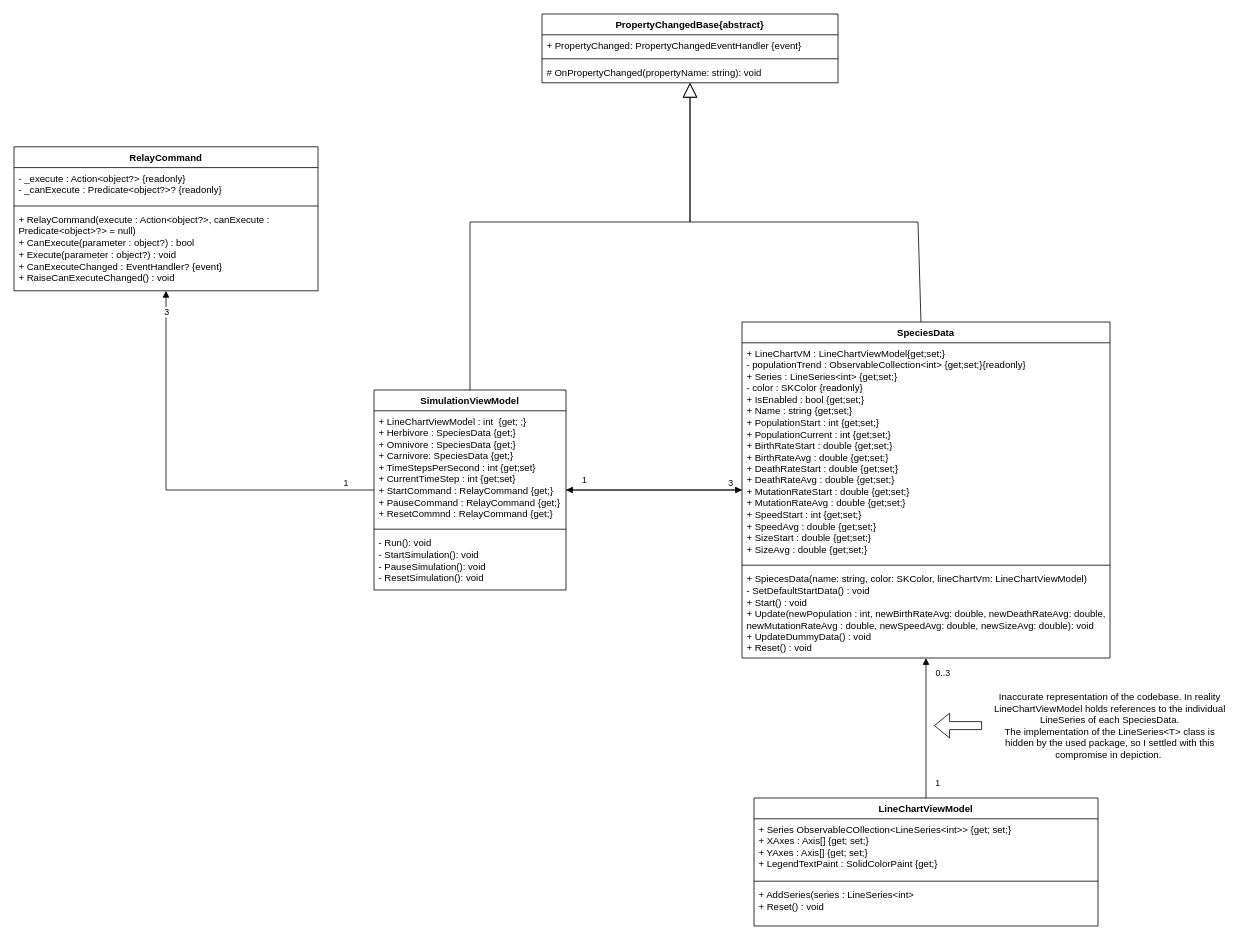
Earlier version of the draw.io diagram docs/diagrams/Natural Selection Sim Class Diagram MVP.drawio (Arv1u/natural-selection-sim). Source tidied: cells renumbered, new cells numbered last; positions are measured from the earlier drawing's top-left corner, leaving out a move shared by most shapes. Both pictures are drawn from the tidied source at 80%, with x=0, y=0 at pixel (14, 14).
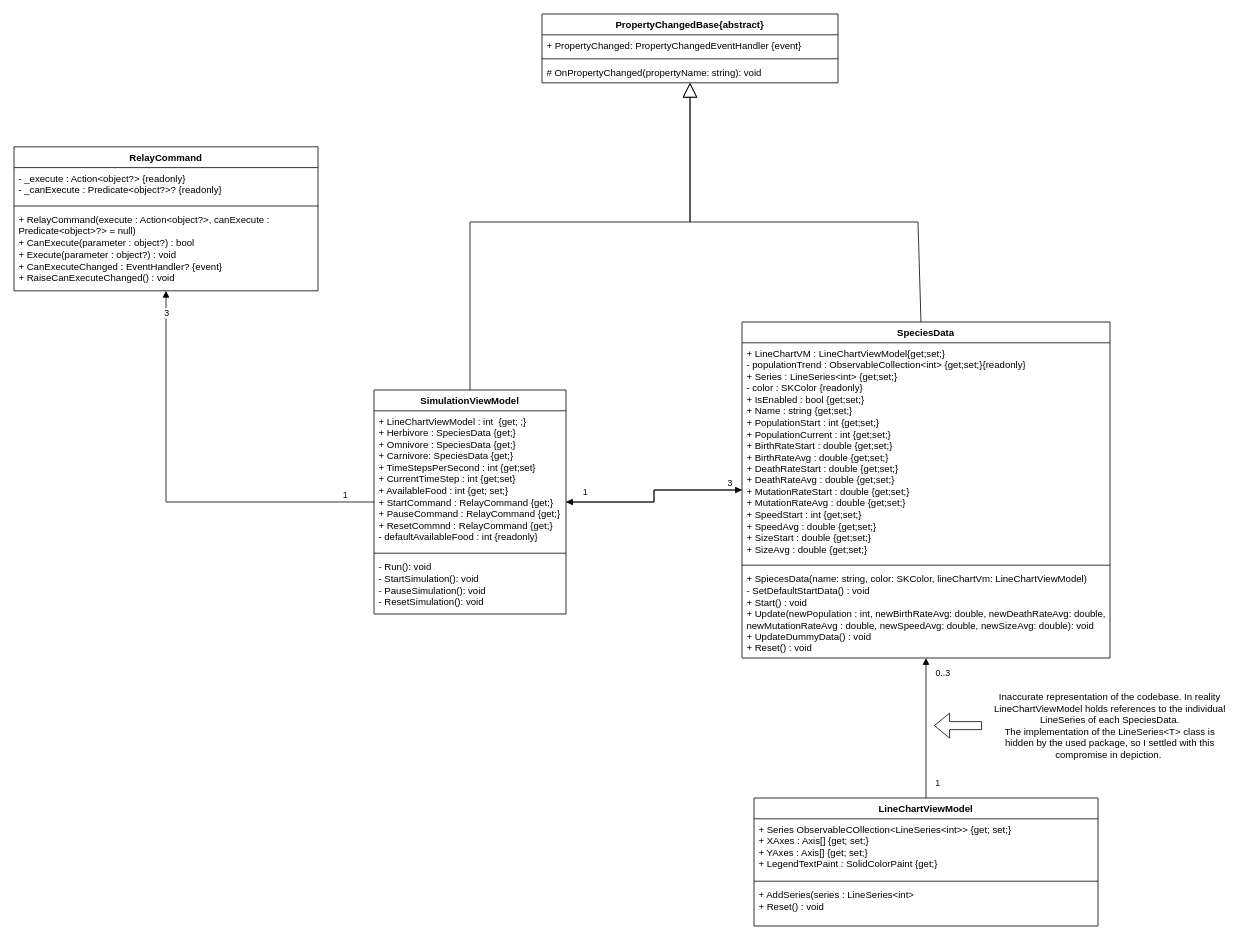
Above is the later version.

Commit message (it also covers changes not shown here):
Added default value for available food

Diff of the diagram source:
```diff
@@
     <mxCell id="2" value="SimulationViewModel" style="swimlane;fontStyle=1;align=center;verticalAlign=top;horizontal=1;startSize=26;whiteSpace=wrap;html=1;" parent="1" vertex="1">
-      <mxGeometry x="450" y="470" width="240" height="250" as="geometry" />
+      <mxGeometry x="450" y="470" width="240" height="280" as="geometry" />
     </mxCell>
-    <mxCell id="3" value="+ LineChartViewModel : int&amp;nbsp; {get; ;}&lt;div&gt;+ Herbivore : SpeciesData {get;}&lt;/div&gt;&lt;div&gt;+ Omnivore : SpeciesData {get;}&lt;/div&gt;&lt;div&gt;+ Carnivore: SpeciesData {get;}&lt;/div&gt;&lt;div&gt;&lt;span style=&quot;background-color: transparent; color: light-dark(rgb(0, 0, 0), rgb(255, 255, 255));&quot;&gt;+ TimeStepsPerSecond : int {get;set}&lt;/span&gt;&lt;/div&gt;&lt;div&gt;&lt;span style=&quot;background-color: transparent; color: light-dark(rgb(0, 0, 0), rgb(255, 255, 255));&quot;&gt;+ CurrentTimeStep : int {get;set}&lt;/span&gt;&lt;/div&gt;&lt;div&gt;&lt;span style=&quot;background-color: transparent; color: light-dark(rgb(0, 0, 0), rgb(255, 255, 255));&quot;&gt;+ StartCommand : RelayCommand {get;}&lt;/span&gt;&lt;/div&gt;&lt;div&gt;&lt;span style=&quot;background-color: transparent; color: light-dark(rgb(0, 0, 0), rgb(255, 255, 255));&quot;&gt;+ PauseCommand : RelayCommand {get;}&lt;/span&gt;&lt;/div&gt;&lt;div&gt;&lt;span style=&quot;background-color: transparent; color: light-dark(rgb(0, 0, 0), rgb(255, 255, 255));&quot;&gt;+ ResetCommnd : RelayCommand {get;}&lt;/span&gt;&lt;/div&gt;" style="text;strokeColor=none;fillColor=none;align=left;verticalAlign=top;spacingLeft=4;spacingRight=4;overflow=hidden;whiteSpace=wrap;html=1;" parent="2" vertex="1">
-      <mxGeometry y="26" width="240" height="144" as="geometry" />
+    <mxCell id="3" value="+ LineChartViewModel : int&amp;nbsp; {get; ;}&lt;div&gt;+ Herbivore : SpeciesData {get;}&lt;/div&gt;&lt;div&gt;+ Omnivore : SpeciesData {get;}&lt;/div&gt;&lt;div&gt;+ Carnivore: SpeciesData {get;}&lt;/div&gt;&lt;div&gt;&lt;span style=&quot;background-color: transparent; color: light-dark(rgb(0, 0, 0), rgb(255, 255, 255));&quot;&gt;+ TimeStepsPerSecond : int {get;set}&lt;/span&gt;&lt;/div&gt;&lt;div&gt;&lt;span style=&quot;background-color: transparent; color: light-dark(rgb(0, 0, 0), rgb(255, 255, 255));&quot;&gt;+ CurrentTimeStep : int {get;set}&lt;/span&gt;&lt;/div&gt;&lt;div&gt;+ AvailableFood : int {get; set;}&lt;span style=&quot;background-color: transparent; color: light-dark(rgb(0, 0, 0), rgb(255, 255, 255));&quot;&gt;&lt;/span&gt;&lt;/div&gt;&lt;div&gt;&lt;span style=&quot;background-color: transparent; color: light-dark(rgb(0, 0, 0), rgb(255, 255, 255));&quot;&gt;+ StartCommand : RelayCommand {get;}&lt;/span&gt;&lt;/div&gt;&lt;div&gt;&lt;span style=&quot;background-color: transparent; color: light-dark(rgb(0, 0, 0), rgb(255, 255, 255));&quot;&gt;+ PauseCommand : RelayCommand {get;}&lt;/span&gt;&lt;/div&gt;&lt;div&gt;&lt;span style=&quot;background-color: transparent; color: light-dark(rgb(0, 0, 0), rgb(255, 255, 255));&quot;&gt;+ ResetCommnd : RelayCommand {get;}&lt;/span&gt;&lt;/div&gt;&lt;div&gt;&lt;span style=&quot;background-color: transparent; color: light-dark(rgb(0, 0, 0), rgb(255, 255, 255));&quot;&gt;- defaultAvailableFood : int {readonly}&lt;/span&gt;&lt;/div&gt;" style="text;strokeColor=none;fillColor=none;align=left;verticalAlign=top;spacingLeft=4;spacingRight=4;overflow=hidden;whiteSpace=wrap;html=1;" parent="2" vertex="1">
+      <mxGeometry y="26" width="240" height="174" as="geometry" />
     </mxCell>
     <mxCell id="4" style="line;strokeWidth=1;fillColor=none;align=left;verticalAlign=middle;spacingTop=-1;spacingLeft=3;spacingRight=3;labelPosition=right;strokeColor=inherit;" parent="2" vertex="1">
-      <mxGeometry y="170" width="240" height="8" as="geometry" />
+      <mxGeometry y="200" width="240" height="8" as="geometry" />
     </mxCell>
     <mxCell id="5" value="- Run(): void&lt;div&gt;- StartSimulation(): void&lt;/div&gt;&lt;div&gt;- PauseSimulation(): void&lt;/div&gt;&lt;div&gt;- ResetSimulation(): void&lt;/div&gt;" style="text;strokeColor=none;fillColor=none;align=left;verticalAlign=top;spacingLeft=4;spacingRight=4;overflow=hidden;whiteSpace=wrap;html=1;" parent="2" vertex="1">
-      <mxGeometry y="178" width="240" height="72" as="geometry" />
+      <mxGeometry y="208" width="240" height="72" as="geometry" />
     </mxCell>
```
